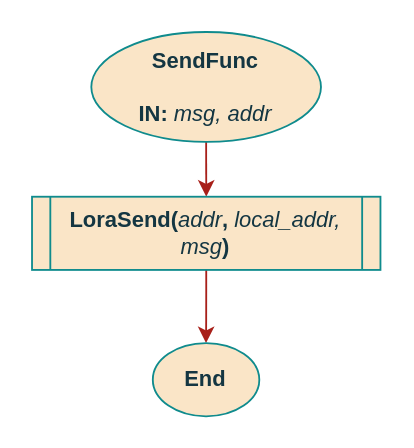
Above: page "sendFunc" (4 of 4) of documentation/flowcharts/02Classes/CLoraComm.drawio in ESRGgroup9/slipad (draw.io), before the change. Source tidied: cells renumbered, new cells numbered last; positions are measured from the earlier drawing's top-left corner, leaving out a move shared by most shapes. Both pictures are drawn from the tidied source at 183%, with x=0, y=0 at pixel (31, 31).
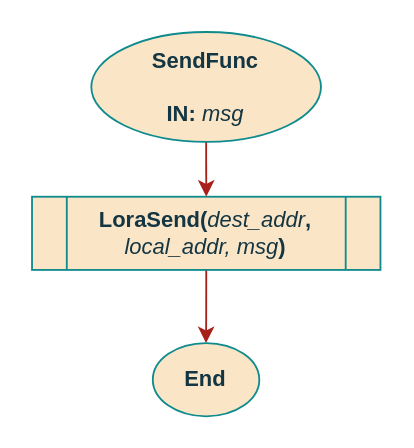
The same page after the edit.

Diff of the diagram source:
```diff
@@
 <mxGraphModel>
   <root>
     <mxCell id="0" />
     <mxCell id="1" parent="0" />
     <mxCell id="2" style="edgeStyle=orthogonalEdgeStyle;rounded=1;jettySize=auto;html=1;exitX=0.5;exitY=1;exitDx=0;exitDy=0;entryX=0.5;entryY=0;entryDx=0;entryDy=0;strokeColor=#A8201A;" parent="1" edge="1" source="3" target="5">
       <mxGeometry relative="1" as="geometry" />
     </mxCell>
-    <mxCell id="3" value="&lt;div&gt;SendFunc&lt;/div&gt;&lt;div&gt;&lt;br&gt;&lt;/div&gt;&lt;div&gt;IN:&lt;i&gt; &lt;span style=&quot;font-weight: normal&quot;&gt;msg, addr&lt;/span&gt;&lt;/i&gt;&lt;span style=&quot;font-weight: normal&quot;&gt;&lt;/span&gt;&lt;br&gt;&lt;/div&gt;" style="ellipse;whiteSpace=wrap;html=1;fillColor=#FAE5C7;strokeColor=#0F8B8D;fontColor=#143642;fontStyle=1;" parent="1" vertex="1">
+    <mxCell id="3" value="&lt;div&gt;SendFunc&lt;/div&gt;&lt;div&gt;&lt;br&gt;&lt;/div&gt;&lt;div&gt;IN:&lt;i&gt; &lt;span style=&quot;font-weight: normal&quot;&gt;msg&lt;/span&gt;&lt;/i&gt;&lt;span style=&quot;font-weight: normal&quot;&gt;&lt;/span&gt;&lt;br&gt;&lt;/div&gt;" style="ellipse;whiteSpace=wrap;html=1;fillColor=#FAE5C7;strokeColor=#0F8B8D;fontColor=#143642;fontStyle=1;" parent="1" vertex="1">
       <mxGeometry x="32.4" width="125.5" height="60" as="geometry" />
     </mxCell>
     <mxCell id="4" style="edgeStyle=orthogonalEdgeStyle;curved=0;rounded=1;sketch=0;jettySize=auto;html=1;fontColor=#143642;strokeColor=#A8201A;fillColor=#FAE5C7;entryX=0.5;entryY=0;entryDx=0;entryDy=0;exitX=0.5;exitY=1;exitDx=0;exitDy=0;" parent="1" edge="1" source="5" target="6">
       <mxGeometry relative="1" as="geometry" />
     </mxCell>
-    <mxCell id="5" value="&lt;b&gt;LoraSend(&lt;/b&gt;&lt;i&gt;&lt;span style=&quot;font-weight: normal&quot;&gt;addr&lt;/span&gt;&lt;/i&gt;&lt;b&gt;, &lt;/b&gt;&lt;i&gt;local_addr, msg&lt;/i&gt;&lt;b&gt;)&lt;/b&gt;" style="shape=process;whiteSpace=wrap;html=1;backgroundOutline=1;rounded=0;sketch=0;fontColor=#143642;strokeColor=#0F8B8D;fillColor=#FAE5C7;size=0.05252928507643011;" parent="1" vertex="1">
+    <mxCell id="5" value="&lt;b&gt;LoraSend(&lt;/b&gt;&lt;i&gt;dest_addr&lt;/i&gt;&lt;b&gt;, &lt;/b&gt;&lt;i&gt;local_addr, msg&lt;/i&gt;&lt;b&gt;)&lt;/b&gt;" style="shape=process;whiteSpace=wrap;html=1;backgroundOutline=1;rounded=0;sketch=0;fontColor=#143642;strokeColor=#0F8B8D;fillColor=#FAE5C7;" parent="1" vertex="1">
       <mxGeometry y="90" width="190.4" height="40" as="geometry" />
     </mxCell>
     <mxCell id="6" value="End" style="ellipse;whiteSpace=wrap;html=1;fillColor=#FAE5C7;strokeColor=#0F8B8D;fontColor=#143642;fontStyle=1;" parent="1" vertex="1">
       <mxGeometry x="66" y="170" width="58.2" height="40" as="geometry" />
     </mxCell>
   </root>
 </mxGraphModel>
```
